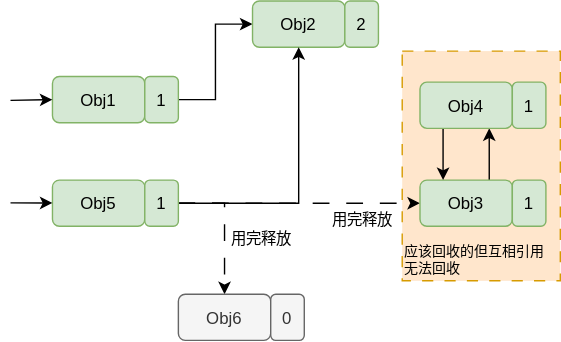
The draw.io diagram Java/JVM/GC回收机制/引用计数法.drawio.svg in Developer-Tang/notes, before a commit. Source tidied: cells renumbered, new cells last; positions are measured from the earlier drawing's top-left corner, leaving out a move shared by most shapes.
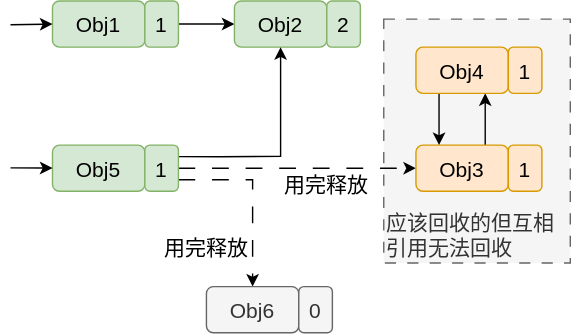
The same diagram one commit later.

The edit, as a diff of the source:
```diff
@@ -2,86 +2,91 @@
   <root>
     <mxCell id="0" />
     <mxCell id="1" parent="0" />
-    <mxCell id="2" value="应该回收的但互相引用&#10;无法回收" style="rounded=0;fillColor=#ffe6cc;dashed=1;dashPattern=8 8;verticalAlign=bottom;fontSize=10;align=left;strokeColor=#d79b00;" parent="1" vertex="1">
-      <mxGeometry x="280" y="35.8" width="113" height="164.2" as="geometry" />
+    <mxCell id="2" value="应该回收的但互相&#10;引用无法回收" style="rounded=0;fillColor=#f5f5f5;dashed=1;dashPattern=8 8;verticalAlign=bottom;fontSize=15;align=left;strokeColor=#666666;fontColor=#333333;labelBackgroundColor=none;" parent="1" vertex="1">
+      <mxGeometry x="266.7" y="20" width="133.3" height="174.2" as="geometry" />
     </mxCell>
-    <mxCell id="3" value="Obj1" style="rounded=1;fillColor=#d5e8d4;strokeColor=#82b366;" parent="1" vertex="1">
-      <mxGeometry x="30" y="54" width="66" height="33" as="geometry" />
+    <mxCell id="3" value="Obj1" style="rounded=1;fillColor=#d5e8d4;strokeColor=#82b366;labelBackgroundColor=none;fontSize=15;" parent="1" vertex="1">
+      <mxGeometry x="30" y="7" width="66" height="33" as="geometry" />
     </mxCell>
-    <mxCell id="4" style="edgeStyle=orthogonalEdgeStyle;rounded=0;jettySize=auto;exitX=1;exitY=0.5;exitDx=0;exitDy=0;entryX=0;entryY=0.5;entryDx=0;entryDy=0;" parent="1" edge="1" source="5" target="7">
+    <mxCell id="4" style="edgeStyle=orthogonalEdgeStyle;rounded=0;jettySize=auto;exitX=1;exitY=0.5;exitDx=0;exitDy=0;entryX=0;entryY=0.5;entryDx=0;entryDy=0;labelBackgroundColor=none;fontSize=15;" parent="1" edge="1" source="5" target="7">
       <mxGeometry relative="1" as="geometry" />
     </mxCell>
-    <mxCell id="5" value="1" style="rounded=1;fillColor=#d5e8d4;strokeColor=#82b366;" parent="1" vertex="1">
-      <mxGeometry x="96" y="54" width="24" height="33" as="geometry" />
+    <mxCell id="5" value="1" style="rounded=1;fillColor=#d5e8d4;strokeColor=#82b366;labelBackgroundColor=none;fontSize=15;" parent="1" vertex="1">
+      <mxGeometry x="96" y="7" width="24" height="33" as="geometry" />
     </mxCell>
-    <mxCell id="6" style="endArrow=classic;rounded=0;entryX=0;entryY=0.5;entryDx=0;entryDy=0;" parent="1" edge="1" target="3">
+    <mxCell id="6" style="endArrow=classic;rounded=0;entryX=0;entryY=0.5;entryDx=0;entryDy=0;labelBackgroundColor=none;fontSize=15;" parent="1" edge="1" target="3">
       <mxGeometry relative="1" as="geometry">
-        <mxPoint y="71" as="sourcePoint" />
+        <mxPoint y="24" as="sourcePoint" />
       </mxGeometry>
     </mxCell>
-    <mxCell id="7" value="Obj2" style="rounded=1;fillColor=#d5e8d4;strokeColor=#82b366;" parent="1" vertex="1">
-      <mxGeometry x="173" width="66" height="33" as="geometry" />
+    <mxCell id="7" value="Obj2" style="rounded=1;fillColor=#d5e8d4;strokeColor=#82b366;labelBackgroundColor=none;fontSize=15;" parent="1" vertex="1">
+      <mxGeometry x="160" y="7" width="66" height="33" as="geometry" />
     </mxCell>
-    <mxCell id="8" value="2" style="rounded=1;fillColor=#d5e8d4;strokeColor=#82b366;" parent="1" vertex="1">
-      <mxGeometry x="239" width="24" height="33" as="geometry" />
+    <mxCell id="8" value="2" style="rounded=1;fillColor=#d5e8d4;strokeColor=#82b366;labelBackgroundColor=none;fontSize=15;" parent="1" vertex="1">
+      <mxGeometry x="226" y="7" width="24" height="33" as="geometry" />
     </mxCell>
-    <mxCell id="9" value="Obj5" style="rounded=1;fillColor=#d5e8d4;strokeColor=#82b366;" parent="1" vertex="1">
-      <mxGeometry x="30" y="128" width="66" height="33" as="geometry" />
+    <mxCell id="9" value="Obj5" style="rounded=1;fillColor=#d5e8d4;strokeColor=#82b366;labelBackgroundColor=none;fontSize=15;" parent="1" vertex="1">
+      <mxGeometry x="30" y="110" width="66" height="33" as="geometry" />
     </mxCell>
-    <mxCell id="10" style="edgeStyle=orthogonalEdgeStyle;rounded=0;jettySize=auto;exitX=1;exitY=0.5;exitDx=0;exitDy=0;entryX=0.5;entryY=1;entryDx=0;entryDy=0;" parent="1" edge="1" source="15" target="7">
-      <mxGeometry relative="1" as="geometry" />
+    <mxCell id="10" style="edgeStyle=orthogonalEdgeStyle;rounded=0;jettySize=auto;exitX=1;exitY=0.25;exitDx=0;exitDy=0;entryX=0.5;entryY=1;entryDx=0;entryDy=0;labelBackgroundColor=none;fontSize=15;" parent="1" edge="1" source="15" target="7">
+      <mxGeometry relative="1" as="geometry">
+        <Array as="points">
+          <mxPoint x="150" y="118" />
+          <mxPoint x="203" y="118" />
+        </Array>
+      </mxGeometry>
     </mxCell>
-    <mxCell id="11" style="edgeStyle=orthogonalEdgeStyle;rounded=0;jettySize=auto;exitX=1;exitY=0.5;exitDx=0;exitDy=0;entryX=0.5;entryY=0;entryDx=0;entryDy=0;dashed=1;dashPattern=12 12;" parent="1" edge="1" source="15" target="17">
+    <mxCell id="11" style="edgeStyle=orthogonalEdgeStyle;rounded=0;jettySize=auto;exitX=1;exitY=0.75;exitDx=0;exitDy=0;entryX=0.5;entryY=0;entryDx=0;entryDy=0;dashed=1;dashPattern=12 12;labelBackgroundColor=none;fontSize=15;" parent="1" edge="1" source="15" target="17">
       <mxGeometry relative="1" as="geometry">
         <Array as="points">
-          <mxPoint x="153" y="145" />
+          <mxPoint x="173" y="135" />
         </Array>
       </mxGeometry>
     </mxCell>
-    <mxCell id="12" value="用完释放" style="edgeLabel;align=center;verticalAlign=middle;labelBackgroundColor=none;" parent="11" vertex="1">
+    <mxCell id="12" value="用完释放" style="edgeLabel;align=center;verticalAlign=middle;labelBackgroundColor=none;fontSize=15;" parent="11" vertex="1">
       <mxGeometry x="0.21" relative="1" as="geometry">
-        <mxPoint x="26" y="-2" as="offset" />
+        <mxPoint x="-33" y="22" as="offset" />
       </mxGeometry>
     </mxCell>
-    <mxCell id="13" style="edgeStyle=orthogonalEdgeStyle;rounded=0;jettySize=auto;exitX=1;exitY=0.5;exitDx=0;exitDy=0;dashed=1;dashPattern=12 12;" parent="1" edge="1" source="15" target="20">
+    <mxCell id="13" style="edgeStyle=orthogonalEdgeStyle;rounded=0;jettySize=auto;exitX=1;exitY=0.5;exitDx=0;exitDy=0;dashed=1;dashPattern=12 12;labelBackgroundColor=none;fontSize=15;" parent="1" edge="1" source="15" target="20">
       <mxGeometry relative="1" as="geometry" />
     </mxCell>
-    <mxCell id="14" value="用完释放" style="edgeLabel;align=center;verticalAlign=middle;" parent="13" vertex="1">
+    <mxCell id="14" value="用完释放" style="edgeLabel;align=center;verticalAlign=middle;labelBackgroundColor=none;fontSize=15;" parent="13" vertex="1">
       <mxGeometry x="0.65" y="2" relative="1" as="geometry">
-        <mxPoint x="-12" y="13" as="offset" />
+        <mxPoint x="-34" y="13" as="offset" />
       </mxGeometry>
     </mxCell>
-    <mxCell id="15" value="1" style="rounded=1;fillColor=#d5e8d4;strokeColor=#82b366;" parent="1" vertex="1">
-      <mxGeometry x="96" y="128" width="24" height="33" as="geometry" />
+    <mxCell id="15" value="1" style="rounded=1;fillColor=#d5e8d4;strokeColor=#82b366;labelBackgroundColor=none;fontSize=15;" parent="1" vertex="1">
+      <mxGeometry x="96" y="110" width="24" height="33" as="geometry" />
     </mxCell>
-    <mxCell id="16" style="endArrow=classic;rounded=0;" parent="1" edge="1" target="9">
+    <mxCell id="16" style="endArrow=classic;rounded=0;labelBackgroundColor=none;fontSize=15;" parent="1" edge="1" target="9">
       <mxGeometry relative="1" as="geometry">
-        <mxPoint y="144.3" as="sourcePoint" />
+        <mxPoint y="126.3" as="sourcePoint" />
       </mxGeometry>
     </mxCell>
-    <mxCell id="17" value="Obj6" style="rounded=1;fillColor=#f5f5f5;strokeColor=#666666;fontColor=#333333;" parent="1" vertex="1">
-      <mxGeometry x="120" y="209.6" width="66" height="33" as="geometry" />
+    <mxCell id="17" value="Obj6" style="rounded=1;fillColor=#f5f5f5;strokeColor=#666666;fontColor=#333333;labelBackgroundColor=none;fontSize=15;" parent="1" vertex="1">
+      <mxGeometry x="140" y="211.1" width="66" height="33" as="geometry" />
     </mxCell>
-    <mxCell id="18" value="0" style="rounded=1;fillColor=#f5f5f5;strokeColor=#666666;fontColor=#333333;" parent="1" vertex="1">
-      <mxGeometry x="186" y="209.6" width="24" height="33" as="geometry" />
+    <mxCell id="18" value="0" style="rounded=1;fillColor=#f5f5f5;strokeColor=#666666;fontColor=#333333;labelBackgroundColor=none;fontSize=15;" parent="1" vertex="1">
+      <mxGeometry x="206" y="211.1" width="24" height="33" as="geometry" />
     </mxCell>
-    <mxCell id="19" style="edgeStyle=orthogonalEdgeStyle;rounded=0;jettySize=auto;exitX=0.75;exitY=0;exitDx=0;exitDy=0;entryX=0.75;entryY=1;entryDx=0;entryDy=0;" parent="1" edge="1" source="20" target="23">
+    <mxCell id="19" style="edgeStyle=orthogonalEdgeStyle;rounded=0;jettySize=auto;exitX=0.75;exitY=0;exitDx=0;exitDy=0;entryX=0.75;entryY=1;entryDx=0;entryDy=0;labelBackgroundColor=none;fontSize=15;" parent="1" edge="1" source="20" target="23">
       <mxGeometry relative="1" as="geometry" />
     </mxCell>
-    <mxCell id="20" value="Obj3" style="rounded=1;fillColor=#d5e8d4;strokeColor=#82b366;" parent="1" vertex="1">
-      <mxGeometry x="292.7" y="128" width="66" height="33" as="geometry" />
+    <mxCell id="20" value="Obj3" style="rounded=1;fillColor=#ffe6cc;strokeColor=#d79b00;labelBackgroundColor=none;fontSize=15;" parent="1" vertex="1">
+      <mxGeometry x="289.7" y="110" width="66" height="33" as="geometry" />
     </mxCell>
-    <mxCell id="21" value="1" style="rounded=1;fillColor=#d5e8d4;strokeColor=#82b366;" parent="1" vertex="1">
-      <mxGeometry x="358.7" y="128" width="24" height="33" as="geometry" />
+    <mxCell id="21" value="1" style="rounded=1;fillColor=#ffe6cc;strokeColor=#d79b00;labelBackgroundColor=none;fontSize=15;" parent="1" vertex="1">
+      <mxGeometry x="355.7" y="110" width="24" height="33" as="geometry" />
     </mxCell>
-    <mxCell id="22" style="edgeStyle=orthogonalEdgeStyle;rounded=0;jettySize=auto;exitX=0.25;exitY=1;exitDx=0;exitDy=0;entryX=0.25;entryY=0;entryDx=0;entryDy=0;" parent="1" edge="1" source="23" target="20">
+    <mxCell id="22" style="edgeStyle=orthogonalEdgeStyle;rounded=0;jettySize=auto;exitX=0.25;exitY=1;exitDx=0;exitDy=0;entryX=0.25;entryY=0;entryDx=0;entryDy=0;labelBackgroundColor=none;fontSize=15;" parent="1" edge="1" source="23" target="20">
       <mxGeometry relative="1" as="geometry" />
     </mxCell>
-    <mxCell id="23" value="Obj4" style="rounded=1;fillColor=#d5e8d4;strokeColor=#82b366;" parent="1" vertex="1">
-      <mxGeometry x="292.7" y="58" width="66" height="33" as="geometry" />
+    <mxCell id="23" value="Obj4" style="rounded=1;fillColor=#ffe6cc;strokeColor=#d79b00;labelBackgroundColor=none;fontSize=15;" parent="1" vertex="1">
+      <mxGeometry x="289.7" y="40" width="66" height="33" as="geometry" />
     </mxCell>
-    <mxCell id="24" value="1" style="rounded=1;fillColor=#d5e8d4;strokeColor=#82b366;" parent="1" vertex="1">
-      <mxGeometry x="358.7" y="58" width="24" height="33" as="geometry" />
+    <mxCell id="24" value="1" style="rounded=1;fillColor=#ffe6cc;strokeColor=#d79b00;labelBackgroundColor=none;fontSize=15;" parent="1" vertex="1">
+      <mxGeometry x="355.7" y="40" width="24" height="33" as="geometry" />
     </mxCell>
   </root>
 </mxGraphModel>
```
